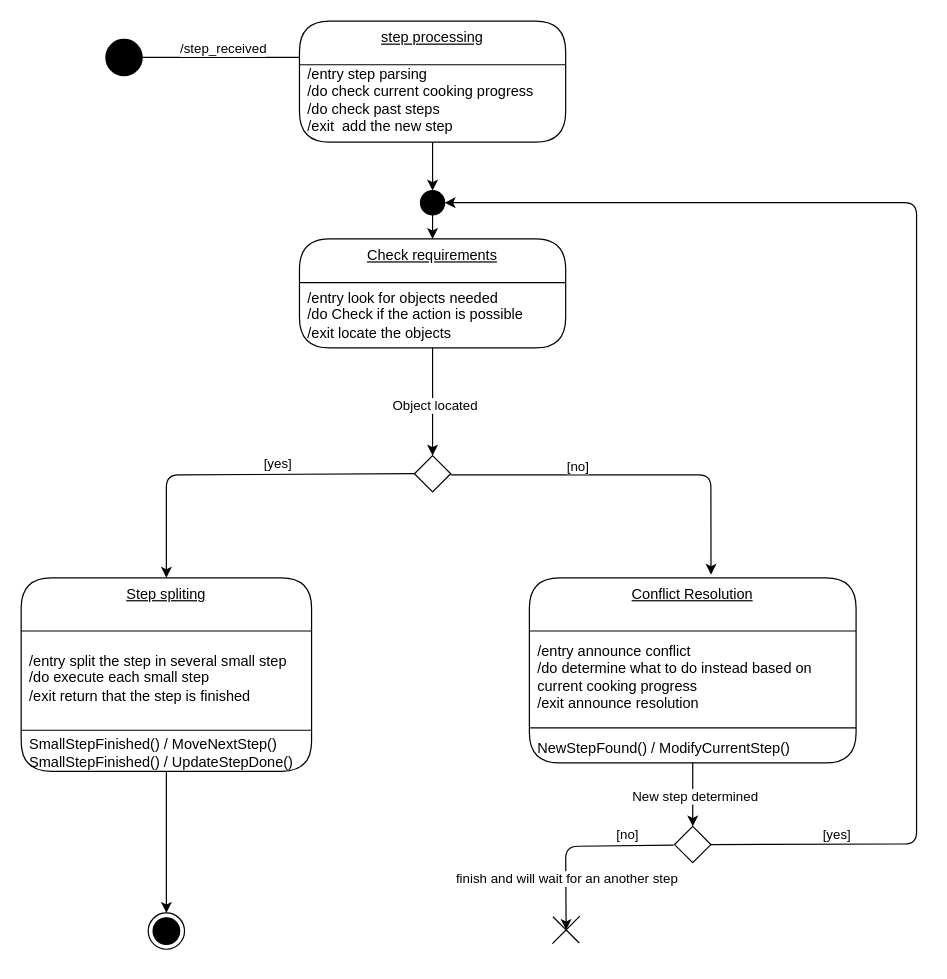
This is src/action_planning/diagrams/state_machine_diagram.drawio from ignithor/Assignment_Cogar_Group_C, a draw.io file, before an edit. Source tidied: cells renumbered, new cells numbered last; positions are measured from the earlier drawing's top-left corner, leaving out a move shared by most shapes. Both pictures are drawn from the tidied source at 121%, with x=0, y=0 at pixel (21, 21).
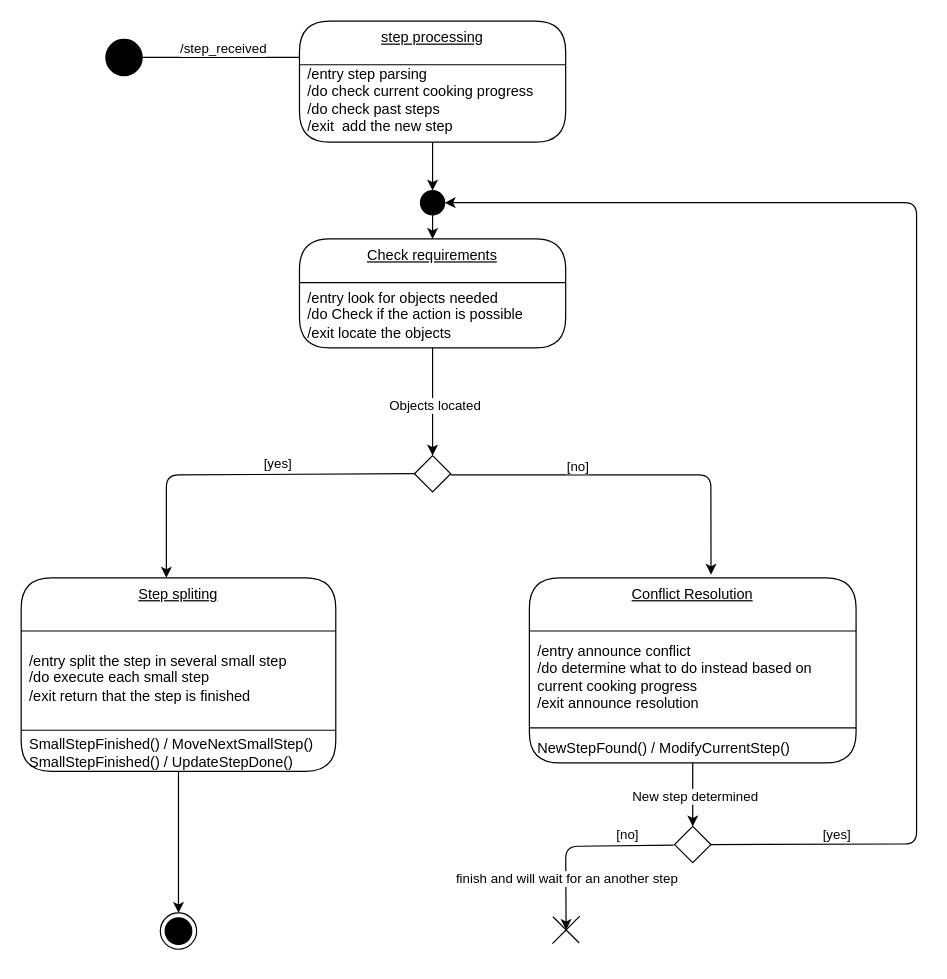
Above is the later version.

Unchanged cells that the change refers to:
```xml
<mxCell id="28" style="edgeStyle=none;html=1;exitX=0.5;exitY=1;exitDx=0;exitDy=0;entryX=0.5;entryY=0;entryDx=0;entryDy=0;" parent="1" edge="1" source="8" target="18">
  <mxGeometry relative="1" as="geometry" />
</mxCell>
```

Diff of the diagram source:
```diff
@@
     <mxCell id="5" style="ellipse;html=1;shape=endState;fillColor=strokeColor;" parent="1" vertex="1">
-      <mxGeometry x="105" y="737" width="30" height="30" as="geometry" />
+      <mxGeometry x="115" y="737" width="30" height="30" as="geometry" />
     </mxCell>
@@
     <mxCell id="9" value="Step spliting" style="swimlane;fontStyle=4;align=center;verticalAlign=top;horizontal=1;startSize=44;html=1;rounded=1;absoluteArcSize=1;arcSize=50;whiteSpace=wrap;" parent="1" vertex="1">
-      <mxGeometry y="460" width="240" height="160" as="geometry" />
+      <mxGeometry y="460" width="260" height="160" as="geometry" />
     </mxCell>
     <mxCell id="10" value="/entry split the step in several small step&lt;div&gt;/do execute each small step&lt;/div&gt;&lt;div&gt;/exit return that the step is finished&lt;/div&gt;" style="fillColor=none;strokeColor=none;align=left;verticalAlign=middle;spacingLeft=5;whiteSpace=wrap;html=1;" parent="9" vertex="1">
-      <mxGeometry y="44" width="240" height="78" as="geometry" />
+      <mxGeometry y="44" width="260" height="78" as="geometry" />
     </mxCell>
     <mxCell id="11" style="line;strokeWidth=1;fillColor=none;align=left;verticalAlign=middle;spacingTop=-1;spacingLeft=3;spacingRight=3;labelPosition=right;" parent="9" vertex="1">
-      <mxGeometry y="122" width="240" height="8" as="geometry" />
+      <mxGeometry y="122" width="260" height="8" as="geometry" />
     </mxCell>
-    <mxCell id="12" value="SmallStepFinished() / MoveNextStep()&lt;div&gt;SmallStepFinished() / UpdateStepDone()&lt;/div&gt;" style="fillColor=none;strokeColor=none;align=left;verticalAlign=middle;spacingLeft=5;whiteSpace=wrap;html=1;" parent="9" vertex="1">
-      <mxGeometry y="130" width="240" height="30" as="geometry" />
+    <mxCell id="12" value="SmallStepFinished() / MoveNextSmallStep()&lt;div&gt;SmallStepFinished() / UpdateStepDone()&lt;/div&gt;" style="fillColor=none;strokeColor=none;align=left;verticalAlign=middle;spacingLeft=5;whiteSpace=wrap;html=1;" parent="9" vertex="1">
+      <mxGeometry y="130" width="260" height="30" as="geometry" />
     </mxCell>
@@
-    <mxCell id="29" value="Object located" style="edgeLabel;html=1;align=center;verticalAlign=middle;" parent="28" vertex="1">
+    <mxCell id="29" value="Objects located" style="edgeLabel;html=1;align=center;verticalAlign=middle;" parent="28" vertex="1">
       <mxGeometry x="0.06" y="1" relative="1" as="geometry" />
     </mxCell>
```
